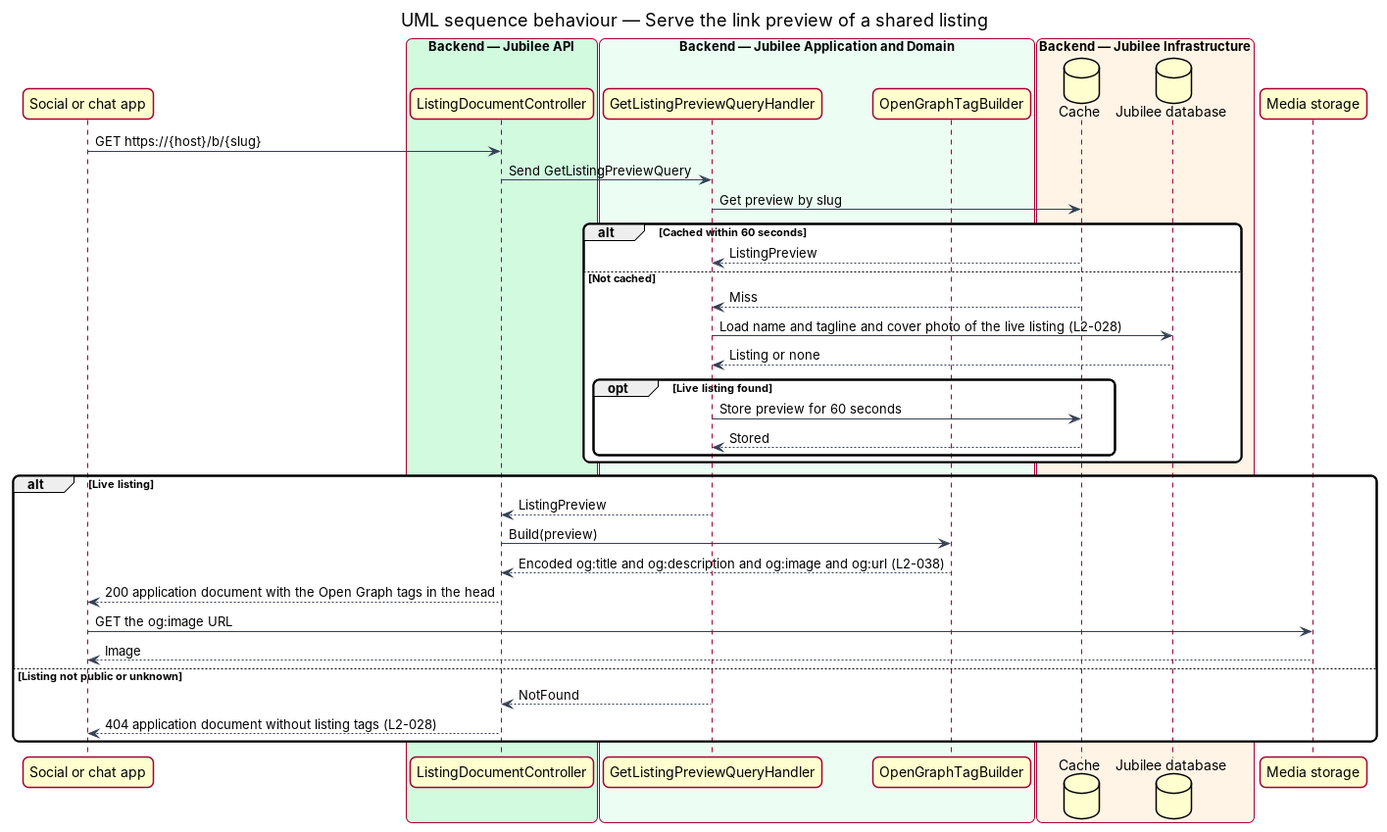
QuinntyneBrown/jubilee keeps this PlantUML diagram as docs/detailed-designs/listings/share-listing/diagrams/sequence-link-preview.png. Above is the earlier version. Its source is kept beside it as docs/detailed-designs/listings/share-listing/diagrams/sequence-link-preview.puml.
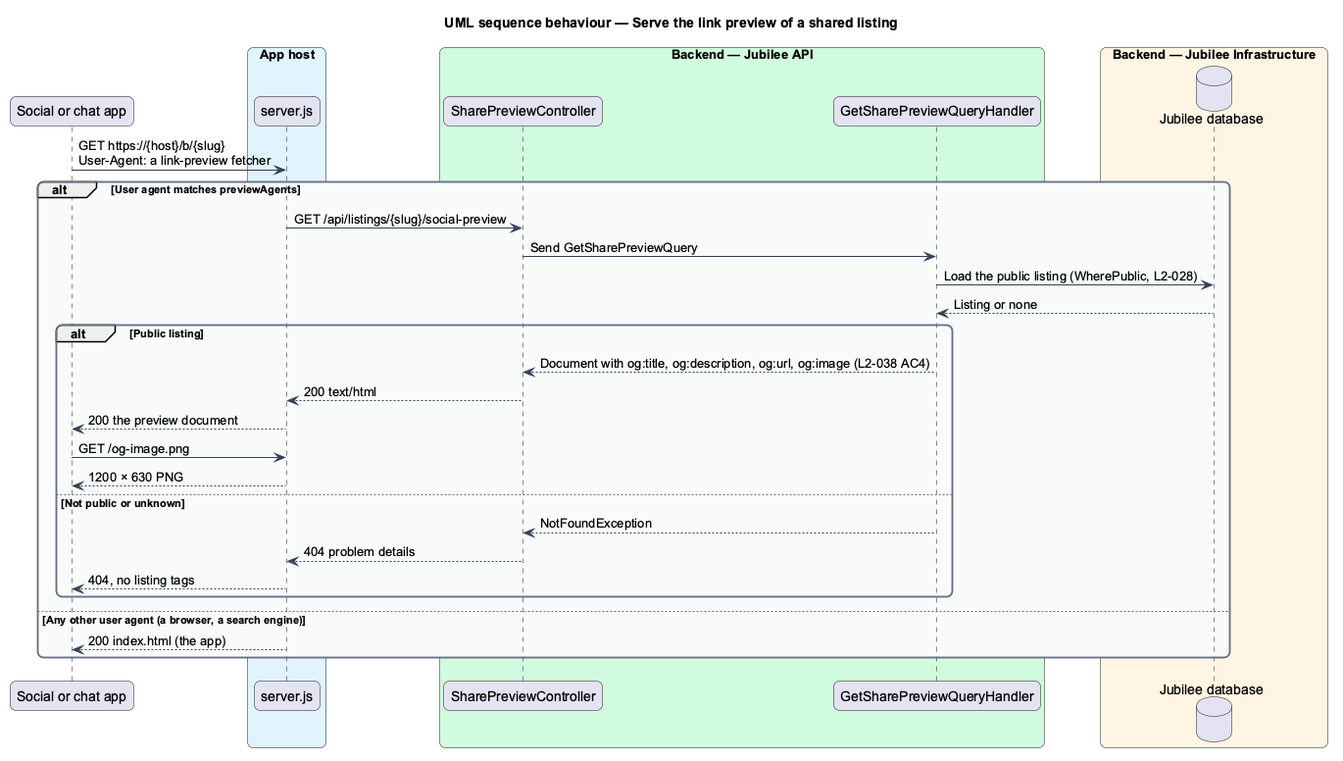
Later version of the same file.

What changed in the source:
```diff
@@ -15,41 +15,34 @@
   BackgroundColor #F9FAFB
 }
 participant "Social or chat app" as app
+box "App host" #E0F2FE
+  participant "server.js" as host
+end box
 box "Backend — Jubilee API" #D1FADF
-  participant "ListingDocumentController" as controller
-end box
-box "Backend — Jubilee Application and Domain" #ECFDF3
-  participant "GetListingPreviewQueryHandler" as handler
-  participant "OpenGraphTagBuilder" as tags
+  participant "SharePreviewController" as controller
+  participant "GetSharePreviewQueryHandler" as handler
 end box
 box "Backend — Jubilee Infrastructure" #FFF4E5
-  database "Cache" as cache
   database "Jubilee database" as db
 end box
-participant "Media storage" as media
-app -> controller : GET https://{host}/b/{slug}
-controller -> handler : Send GetListingPreviewQuery
-handler -> cache : Get preview by slug
-alt Cached within 60 seconds
-  cache --> handler : ListingPreview
-else Not cached
-  cache --> handler : Miss
-  handler -> db : Load name and tagline and cover photo of the live listing (L2-028)
+app -> host : GET https://{host}/b/{slug}\nUser-Agent: a link-preview fetcher
+alt User agent matches previewAgents
+  host -> controller : GET /api/listings/{slug}/social-preview
+  controller -> handler : Send GetSharePreviewQuery
+  handler -> db : Load the public listing (WherePublic, L2-028)
   db --> handler : Listing or none
-  opt Live listing found
-    handler -> cache : Store preview for 60 seconds
-    cache --> handler : Stored
+  alt Public listing
+    handler --> controller : Document with og:title, og:description, og:url, og:image (L2-038 AC4)
+    controller --> host : 200 text/html
+    host --> app : 200 the preview document
+    app -> host : GET /og-image.png
+    host --> app : 1200 × 630 PNG
+  else Not public or unknown
+    handler --> controller : NotFoundException
+    controller --> host : 404 problem details
+    host --> app : 404, no listing tags
   end
-end
-alt Live listing
-  handler --> controller : ListingPreview
-  controller -> tags : Build(preview)
-  tags --> controller : Encoded og:title and og:description and og:image and og:url (L2-038)
-  controller --> app : 200 application document with the Open Graph tags in the head
-  app -> media : GET the og:image URL
-  media --> app : Image
-else Listing not public or unknown
-  handler --> controller : NotFound
-  controller --> app : 404 application document without listing tags (L2-028)
+else Any other user agent (a browser, a search engine)
+  host --> app : 200 index.html (the app)
 end
 @enduml
```
